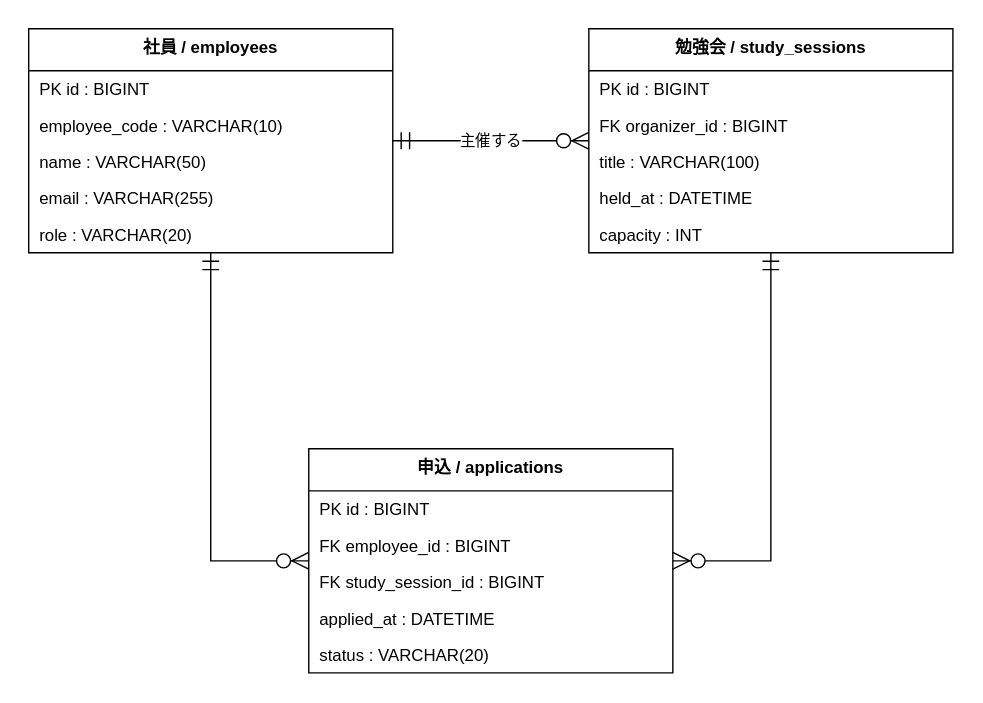
This is docs/diagrams/er-study.svg from hiroshees/drawio-design-kit, a draw.io export, as it was before one commit. Source tidied: cells renumbered, new cells last; positions are measured from the earlier drawing's top-left corner, leaving out a move shared by most shapes.
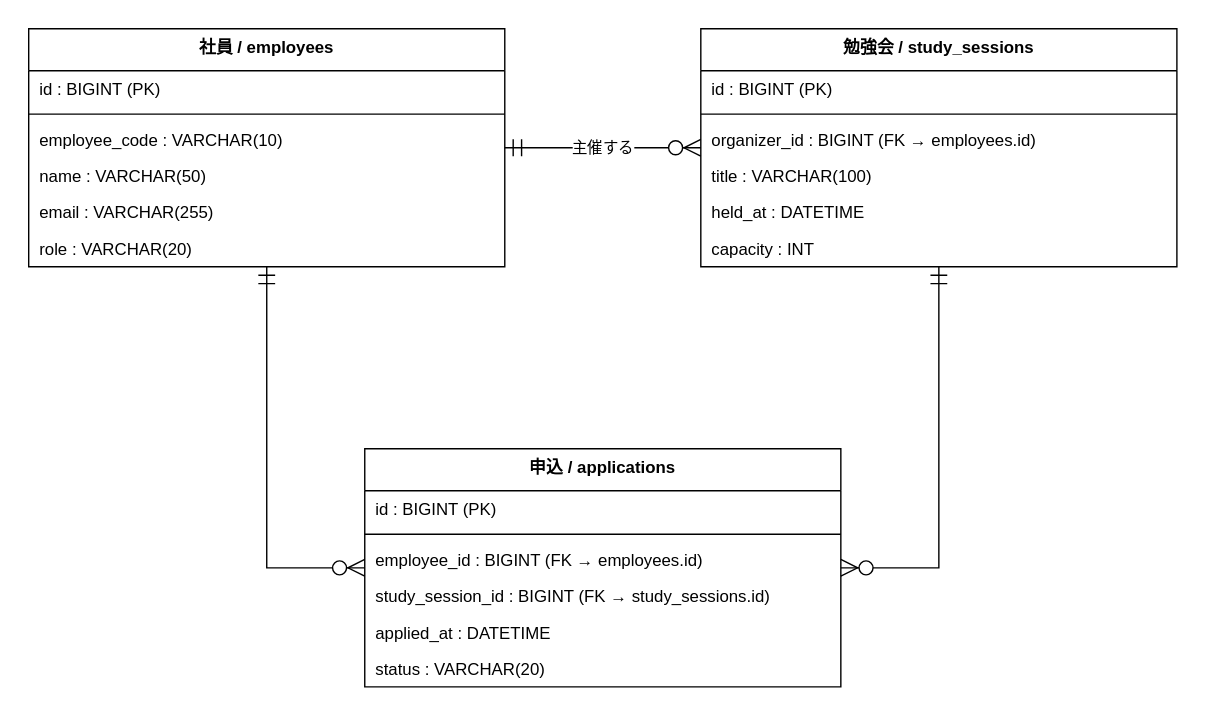
After the change.

Commit message:
fix er and screen diagram

Change to the diagram source:
```diff
@@ -3,60 +3,69 @@
     <mxCell id="0" />
     <mxCell id="1" parent="0" />
     <mxCell id="2" value="社員 / employees" style="swimlane;fontStyle=1;align=center;verticalAlign=top;horizontal=1;startSize=30;fillColor=#FFFFFF;strokeColor=#000000;" parent="1" vertex="1">
-      <mxGeometry width="260" height="160" as="geometry" />
+      <mxGeometry width="340" height="170" as="geometry" />
     </mxCell>
-    <mxCell id="3" value="PK  id : BIGINT" style="text;strokeColor=none;fillColor=none;align=left;verticalAlign=middle;spacingLeft=6;spacingRight=4;overflow=hidden;" parent="2" vertex="1">
-      <mxGeometry y="30" width="260" height="26" as="geometry" />
-    </mxCell>
+    <mxCell id="23" value="id : BIGINT (PK)" style="text;strokeColor=none;fillColor=none;align=left;verticalAlign=middle;spacingLeft=6;spacingRight=4;overflow=hidden;" parent="2" vertex="1">
+      <mxGeometry y="30" width="340" height="26" as="geometry" />
+    </mxCell>
+    <mxCell id="24" style="line;strokeWidth=1;fillColor=none;align=left;verticalAlign=middle;spacingTop=-1;spacingLeft=3;spacingRight=3;labelPosition=right;strokeColor=inherit;" parent="2" vertex="1">
+      <mxGeometry y="56" width="340" height="10" as="geometry" />
+    </mxCell>
     <mxCell id="4" value="employee_code : VARCHAR(10)" style="text;strokeColor=none;fillColor=none;align=left;verticalAlign=middle;spacingLeft=6;spacingRight=4;overflow=hidden;" parent="2" vertex="1">
-      <mxGeometry y="56" width="260" height="26" as="geometry" />
+      <mxGeometry y="66" width="340" height="26" as="geometry" />
     </mxCell>
     <mxCell id="5" value="name : VARCHAR(50)" style="text;strokeColor=none;fillColor=none;align=left;verticalAlign=middle;spacingLeft=6;spacingRight=4;overflow=hidden;" parent="2" vertex="1">
-      <mxGeometry y="82" width="260" height="26" as="geometry" />
+      <mxGeometry y="92" width="340" height="26" as="geometry" />
     </mxCell>
     <mxCell id="6" value="email : VARCHAR(255)" style="text;strokeColor=none;fillColor=none;align=left;verticalAlign=middle;spacingLeft=6;spacingRight=4;overflow=hidden;" parent="2" vertex="1">
-      <mxGeometry y="108" width="260" height="26" as="geometry" />
+      <mxGeometry y="118" width="340" height="26" as="geometry" />
     </mxCell>
     <mxCell id="7" value="role : VARCHAR(20)" style="text;strokeColor=none;fillColor=none;align=left;verticalAlign=middle;spacingLeft=6;spacingRight=4;overflow=hidden;" parent="2" vertex="1">
-      <mxGeometry y="134" width="260" height="26" as="geometry" />
+      <mxGeometry y="144" width="340" height="26" as="geometry" />
     </mxCell>
     <mxCell id="8" value="勉強会 / study_sessions" style="swimlane;fontStyle=1;align=center;verticalAlign=top;horizontal=1;startSize=30;fillColor=#FFFFFF;strokeColor=#000000;" parent="1" vertex="1">
-      <mxGeometry x="400" width="260" height="160" as="geometry" />
+      <mxGeometry x="480" width="340" height="170" as="geometry" />
     </mxCell>
-    <mxCell id="9" value="PK  id : BIGINT" style="text;strokeColor=none;fillColor=none;align=left;verticalAlign=middle;spacingLeft=6;spacingRight=4;overflow=hidden;" parent="8" vertex="1">
-      <mxGeometry y="30" width="260" height="26" as="geometry" />
-    </mxCell>
-    <mxCell id="10" value="FK  organizer_id : BIGINT" style="text;strokeColor=none;fillColor=none;align=left;verticalAlign=middle;spacingLeft=6;spacingRight=4;overflow=hidden;" parent="8" vertex="1">
-      <mxGeometry y="56" width="260" height="26" as="geometry" />
-    </mxCell>
+    <mxCell id="25" value="id : BIGINT (PK)" style="text;strokeColor=none;fillColor=none;align=left;verticalAlign=middle;spacingLeft=6;spacingRight=4;overflow=hidden;" parent="8" vertex="1">
+      <mxGeometry y="30" width="340" height="26" as="geometry" />
+    </mxCell>
+    <mxCell id="26" style="line;strokeWidth=1;fillColor=none;align=left;verticalAlign=middle;spacingTop=-1;spacingLeft=3;spacingRight=3;labelPosition=right;strokeColor=inherit;" parent="8" vertex="1">
+      <mxGeometry y="56" width="340" height="10" as="geometry" />
+    </mxCell>
+    <mxCell id="27" value="organizer_id : BIGINT (FK → employees.id)" style="text;strokeColor=none;fillColor=none;align=left;verticalAlign=middle;spacingLeft=6;spacingRight=4;overflow=hidden;" parent="8" vertex="1">
+      <mxGeometry y="66" width="340" height="26" as="geometry" />
+    </mxCell>
     <mxCell id="11" value="title : VARCHAR(100)" style="text;strokeColor=none;fillColor=none;align=left;verticalAlign=middle;spacingLeft=6;spacingRight=4;overflow=hidden;" parent="8" vertex="1">
-      <mxGeometry y="82" width="260" height="26" as="geometry" />
+      <mxGeometry y="92" width="340" height="26" as="geometry" />
     </mxCell>
     <mxCell id="12" value="held_at : DATETIME" style="text;strokeColor=none;fillColor=none;align=left;verticalAlign=middle;spacingLeft=6;spacingRight=4;overflow=hidden;" parent="8" vertex="1">
-      <mxGeometry y="108" width="260" height="26" as="geometry" />
+      <mxGeometry y="118" width="340" height="26" as="geometry" />
     </mxCell>
     <mxCell id="13" value="capacity : INT" style="text;strokeColor=none;fillColor=none;align=left;verticalAlign=middle;spacingLeft=6;spacingRight=4;overflow=hidden;" parent="8" vertex="1">
-      <mxGeometry y="134" width="260" height="26" as="geometry" />
+      <mxGeometry y="144" width="340" height="26" as="geometry" />
     </mxCell>
     <mxCell id="14" value="申込 / applications" style="swimlane;fontStyle=1;align=center;verticalAlign=top;horizontal=1;startSize=30;fillColor=#FFFFFF;strokeColor=#000000;" parent="1" vertex="1">
-      <mxGeometry x="200" y="300" width="260" height="160" as="geometry" />
+      <mxGeometry x="240" y="300" width="340" height="170" as="geometry" />
     </mxCell>
-    <mxCell id="15" value="PK  id : BIGINT" style="text;strokeColor=none;fillColor=none;align=left;verticalAlign=middle;spacingLeft=6;spacingRight=4;overflow=hidden;" parent="14" vertex="1">
-      <mxGeometry y="30" width="260" height="26" as="geometry" />
-    </mxCell>
-    <mxCell id="16" value="FK  employee_id : BIGINT" style="text;strokeColor=none;fillColor=none;align=left;verticalAlign=middle;spacingLeft=6;spacingRight=4;overflow=hidden;" parent="14" vertex="1">
-      <mxGeometry y="56" width="260" height="26" as="geometry" />
-    </mxCell>
-    <mxCell id="17" value="FK  study_session_id : BIGINT" style="text;strokeColor=none;fillColor=none;align=left;verticalAlign=middle;spacingLeft=6;spacingRight=4;overflow=hidden;" parent="14" vertex="1">
-      <mxGeometry y="82" width="260" height="26" as="geometry" />
-    </mxCell>
+    <mxCell id="28" value="id : BIGINT (PK)" style="text;strokeColor=none;fillColor=none;align=left;verticalAlign=middle;spacingLeft=6;spacingRight=4;overflow=hidden;" parent="14" vertex="1">
+      <mxGeometry y="30" width="340" height="26" as="geometry" />
+    </mxCell>
+    <mxCell id="29" style="line;strokeWidth=1;fillColor=none;align=left;verticalAlign=middle;spacingTop=-1;spacingLeft=3;spacingRight=3;labelPosition=right;strokeColor=inherit;" parent="14" vertex="1">
+      <mxGeometry y="56" width="340" height="10" as="geometry" />
+    </mxCell>
+    <mxCell id="30" value="employee_id : BIGINT (FK → employees.id)" style="text;strokeColor=none;fillColor=none;align=left;verticalAlign=middle;spacingLeft=6;spacingRight=4;overflow=hidden;" parent="14" vertex="1">
+      <mxGeometry y="66" width="340" height="26" as="geometry" />
+    </mxCell>
+    <mxCell id="31" value="study_session_id : BIGINT (FK → study_sessions.id)" style="text;strokeColor=none;fillColor=none;align=left;verticalAlign=middle;spacingLeft=6;spacingRight=4;overflow=hidden;" parent="14" vertex="1">
+      <mxGeometry y="92" width="340" height="26" as="geometry" />
+    </mxCell>
     <mxCell id="18" value="applied_at : DATETIME" style="text;strokeColor=none;fillColor=none;align=left;verticalAlign=middle;spacingLeft=6;spacingRight=4;overflow=hidden;" parent="14" vertex="1">
-      <mxGeometry y="108" width="260" height="26" as="geometry" />
+      <mxGeometry y="118" width="340" height="26" as="geometry" />
     </mxCell>
     <mxCell id="19" value="status : VARCHAR(20)" style="text;strokeColor=none;fillColor=none;align=left;verticalAlign=middle;spacingLeft=6;spacingRight=4;overflow=hidden;" parent="14" vertex="1">
-      <mxGeometry y="134" width="260" height="26" as="geometry" />
+      <mxGeometry y="144" width="340" height="26" as="geometry" />
     </mxCell>
-    <mxCell id="20" value="主催する" style="startArrow=ERmandOne;endArrow=ERzeroToMany;startSize=10;endSize=10;html=1;rounded=0;labelBackgroundColor=#FFFFFF;exitX=1;exitY=0.5;exitDx=0;exitDy=0;entryX=0;entryY=0.5;entryDx=0;entryDy=0;" parent="1" edge="1" source="2" target="8">
+    <mxCell id="20" value="主催する" style="edgeStyle=orthogonalEdgeStyle;startArrow=ERmandOne;endArrow=ERzeroToMany;startSize=10;endSize=10;html=1;rounded=0;labelBackgroundColor=#FFFFFF;exitX=1;exitY=0.5;exitDx=0;exitDy=0;entryX=0;entryY=0.5;entryDx=0;entryDy=0;" parent="1" edge="1" source="2" target="8">
       <mxGeometry relative="1" as="geometry" />
     </mxCell>
     <mxCell id="21" style="edgeStyle=orthogonalEdgeStyle;startArrow=ERmandOne;endArrow=ERzeroToMany;startSize=10;endSize=10;html=1;rounded=0;labelBackgroundColor=#FFFFFF;exitX=0.5;exitY=1;exitDx=0;exitDy=0;entryX=0;entryY=0.5;entryDx=0;entryDy=0;" parent="1" edge="1" source="2" target="14">
```
